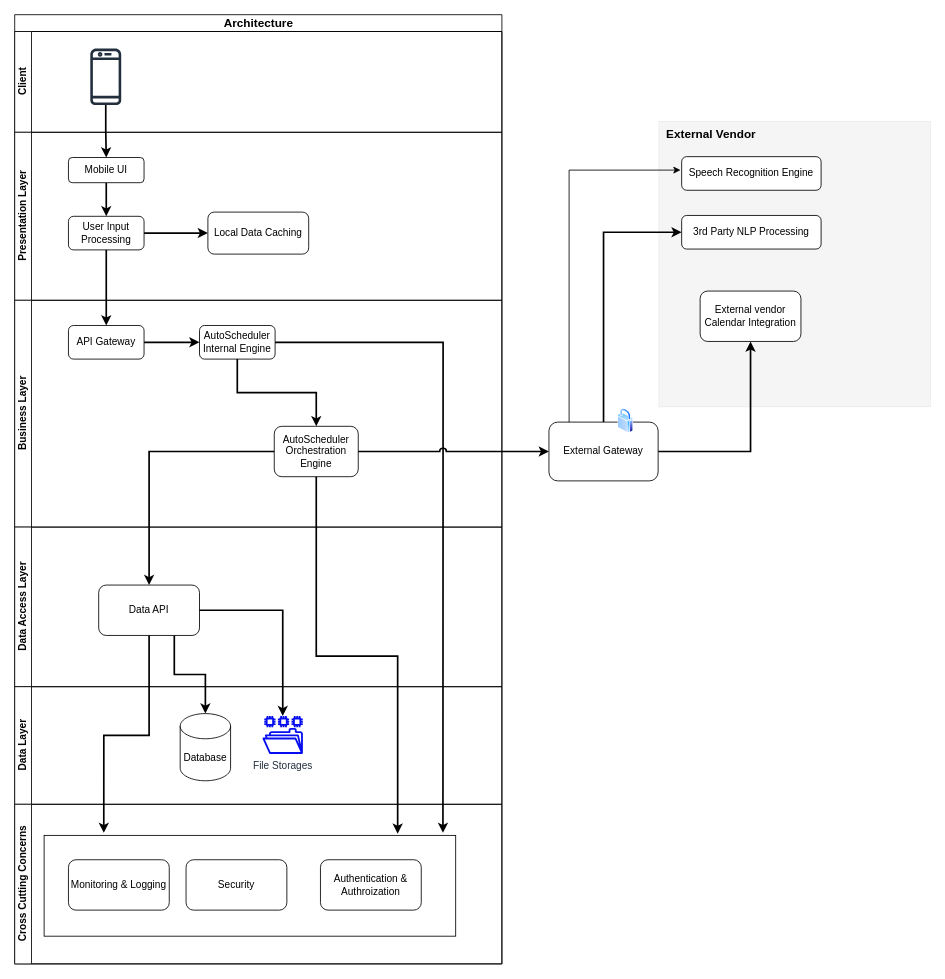
Before: Architecture Diagram.drawio in jhunnoll/MyNewApp, a draw.io diagram. Source tidied: cells renumbered, new cells numbered last; positions are measured from the earlier drawing's top-left corner, leaving out a move shared by most shapes. Both pictures are drawn from the tidied source at 84%, with x=0, y=0 at pixel (14, 14).
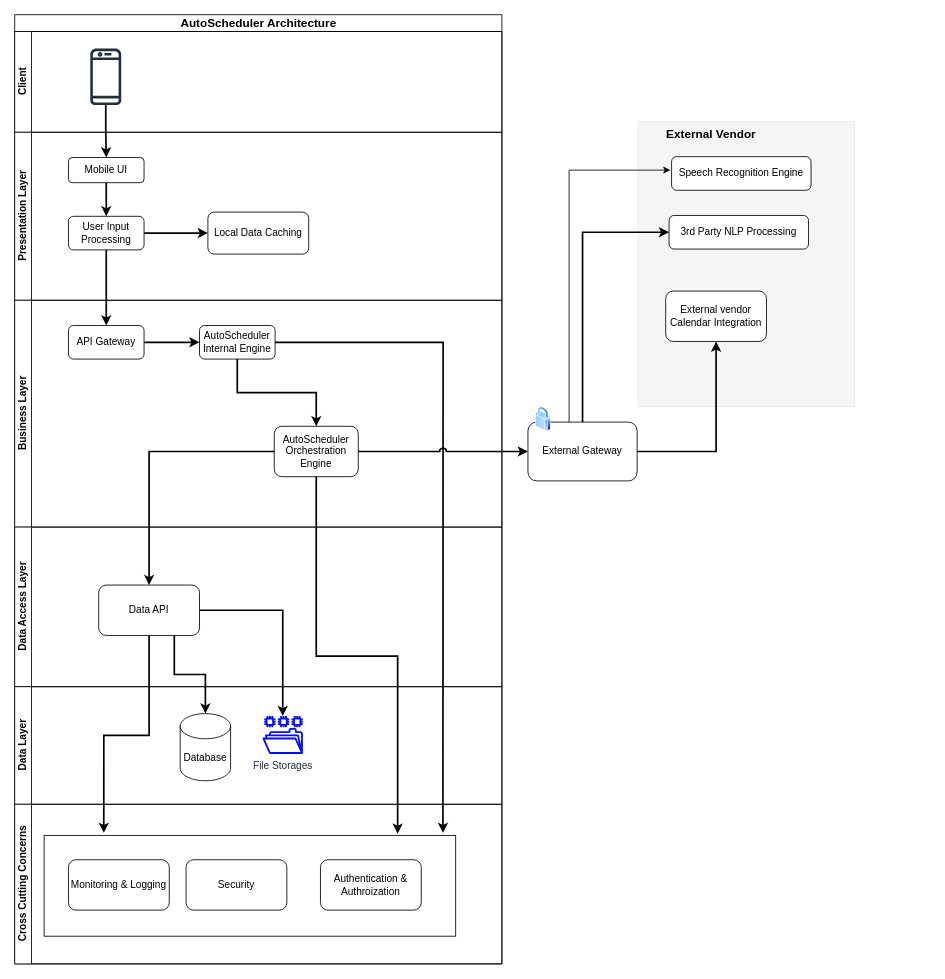
Above is the later version.

Change to the diagram source:
```diff
@@
     <mxCell id="2" style="rounded=0;whiteSpace=wrap;html=1;textOpacity=10;fillColor=#f5f5f5;strokeColor=#666666;glass=0;shadow=0;strokeWidth=0;fontColor=#333333;" parent="1" vertex="1">
-      <mxGeometry x="767" y="127" width="323" height="340" as="geometry" />
+      <mxGeometry x="742" y="127" width="258" height="340" as="geometry" />
     </mxCell>
-    <mxCell id="3" value="Architecture" style="swimlane;horizontal=1;startSize=20;html=1;fontSize=14;" parent="1" vertex="1">
+    <mxCell id="3" value="AutoScheduler Architecture" style="swimlane;horizontal=1;startSize=20;html=1;fontSize=14;" parent="1" vertex="1">
       <mxGeometry width="580" height="1130" as="geometry" />
     </mxCell>
@@
     <mxCell id="37" value="3rd Party NLP Processing" style="rounded=1;whiteSpace=wrap;html=1;" parent="1" vertex="1">
-      <mxGeometry x="794" y="239" width="166" height="40" as="geometry" />
+      <mxGeometry x="779" y="239" width="166" height="40" as="geometry" />
     </mxCell>
@@
     <mxCell id="39" value="External vendor Calendar Integration" style="rounded=1;whiteSpace=wrap;html=1;" parent="1" vertex="1">
-      <mxGeometry x="816" y="329" width="120" height="60" as="geometry" />
+      <mxGeometry x="775" y="329" width="120" height="60" as="geometry" />
     </mxCell>
@@
     <mxCell id="41" value="External Gateway" style="rounded=1;whiteSpace=wrap;html=1;" parent="1" vertex="1">
-      <mxGeometry x="636" y="485" width="130" height="70" as="geometry" />
+      <mxGeometry x="611" y="485" width="130" height="70" as="geometry" />
     </mxCell>
@@
     <mxCell id="43" style="image;perimeter=ellipsePerimeter;html=1;align=center;shadow=0;dashed=0;spacingTop=3;image=img/lib/active_directory/secure.svg;" parent="1" vertex="1">
-      <mxGeometry x="718" y="469" width="18.6" height="29" as="geometry" />
+      <mxGeometry x="620" y="467" width="18.6" height="29" as="geometry" />
     </mxCell>
     <mxCell id="44" value="Speech Recognition Engine" style="rounded=1;whiteSpace=wrap;html=1;" parent="1" vertex="1">
-      <mxGeometry x="794" y="169" width="166" height="40" as="geometry" />
+      <mxGeometry x="782" y="169" width="166" height="40" as="geometry" />
     </mxCell>
```
